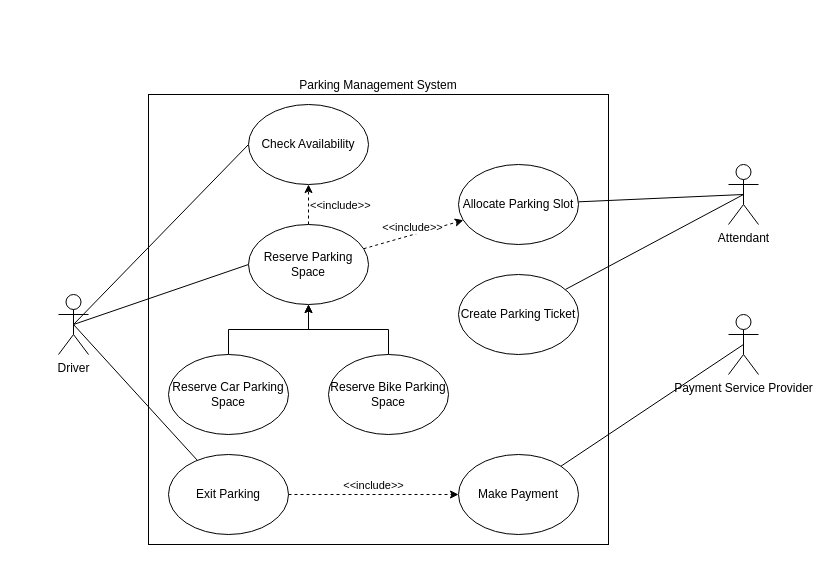
Anshuman1303/UML keeps this draw.io diagram as UseCaseDiagram.drawio. Above is the earlier version. Source tidied: cells renumbered, new cells numbered last; positions are measured from the earlier drawing's top-left corner, leaving out a move shared by most shapes. Both pictures are drawn from the tidied source at 100%, with x=0, y=0 at pixel (58, 94).
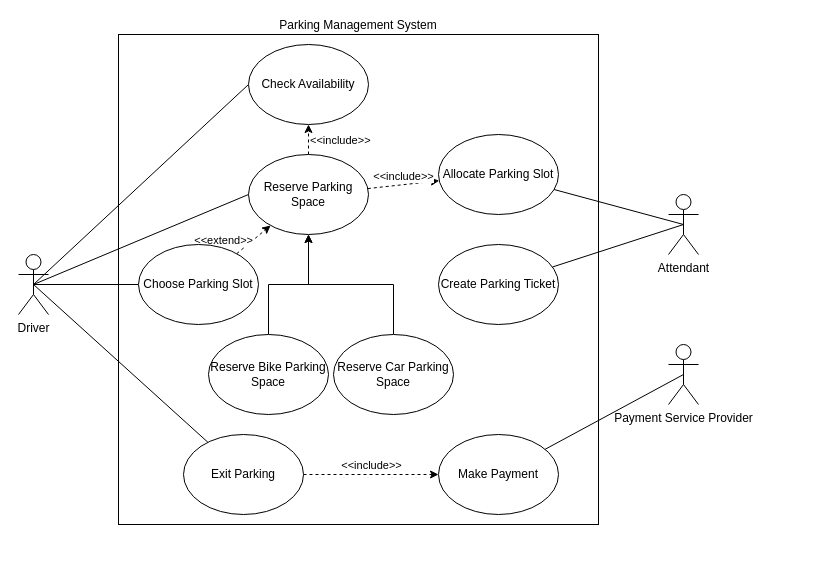
After the change.

The edit, as a diff of the source:
```diff
@@
+    <mxCell id="28" style="rounded=0;jettySize=auto;html=1;exitX=0.5;exitY=0.5;exitDx=0;exitDy=0;exitPerimeter=0;endArrow=none;endFill=0;" parent="1" edge="1" source="5" target="31">
+      <mxGeometry relative="1" as="geometry" />
+    </mxCell>
     <mxCell id="5" value="Driver" style="shape=umlActor;verticalLabelPosition=bottom;verticalAlign=top;html=1;outlineConnect=0;portConstraintRotation=0;snapToPoint=0;" parent="1" vertex="1">
-      <mxGeometry y="200" width="30" height="60" as="geometry" />
+      <mxGeometry x="-40" y="160" width="30" height="60" as="geometry" />
     </mxCell>
     <mxCell id="6" value="Check Availability" style="ellipse;whiteSpace=wrap;html=1;" parent="1" vertex="1">
-      <mxGeometry x="190" y="10" width="120" height="80" as="geometry" />
+      <mxGeometry x="190" y="-50" width="120" height="80" as="geometry" />
     </mxCell>
@@
     <mxCell id="11" value="Reserve Parking Space" style="ellipse;whiteSpace=wrap;html=1;" parent="1" vertex="1">
-      <mxGeometry x="190" y="130" width="120" height="80" as="geometry" />
+      <mxGeometry x="190" y="60" width="120" height="80" as="geometry" />
     </mxCell>
@@
     <mxCell id="13" value="Reserve Car Parking Space" style="ellipse;whiteSpace=wrap;html=1;" parent="1" vertex="1">
-      <mxGeometry x="110" y="260" width="120" height="80" as="geometry" />
+      <mxGeometry x="275" y="240" width="120" height="80" as="geometry" />
     </mxCell>
@@
     <mxCell id="15" value="Reserve Bike Parking Space" style="ellipse;whiteSpace=wrap;html=1;" parent="1" vertex="1">
-      <mxGeometry x="270" y="260" width="120" height="80" as="geometry" />
+      <mxGeometry x="150" y="240" width="120" height="80" as="geometry" />
     </mxCell>
     <mxCell id="16" value="Allocate Parking Slot" style="ellipse;whiteSpace=wrap;html=1;" parent="1" vertex="1">
-      <mxGeometry x="400" y="70" width="120" height="80" as="geometry" />
+      <mxGeometry x="380" y="40" width="120" height="80" as="geometry" />
     </mxCell>
@@
     <mxCell id="19" value="Attendant" style="shape=umlActor;verticalLabelPosition=bottom;verticalAlign=top;html=1;outlineConnect=0;portConstraintRotation=0;snapToPoint=0;" parent="1" vertex="1">
-      <mxGeometry x="670" y="70" width="30" height="60" as="geometry" />
+      <mxGeometry x="610" y="100" width="30" height="60" as="geometry" />
     </mxCell>
     <mxCell id="20" value="Make Payment" style="ellipse;whiteSpace=wrap;html=1;" parent="1" vertex="1">
-      <mxGeometry x="400" y="360" width="120" height="80" as="geometry" />
+      <mxGeometry x="380" y="340" width="120" height="80" as="geometry" />
     </mxCell>
@@
     <mxCell id="22" value="Payment Service Provider" style="shape=umlActor;verticalLabelPosition=bottom;verticalAlign=top;html=1;outlineConnect=0;portConstraintRotation=0;snapToPoint=0;" parent="1" vertex="1">
-      <mxGeometry x="670" y="220" width="30" height="60" as="geometry" />
+      <mxGeometry x="610" y="250" width="30" height="60" as="geometry" />
     </mxCell>
@@
     <mxCell id="25" value="Exit Parking" style="ellipse;whiteSpace=wrap;html=1;" parent="1" vertex="1">
-      <mxGeometry x="110" y="360" width="120" height="80" as="geometry" />
+      <mxGeometry x="125" y="340" width="120" height="80" as="geometry" />
     </mxCell>
     <mxCell id="26" value="Create Parking Ticket" style="ellipse;whiteSpace=wrap;html=1;" parent="1" vertex="1">
-      <mxGeometry x="400" y="180" width="120" height="80" as="geometry" />
+      <mxGeometry x="380" y="150" width="120" height="80" as="geometry" />
     </mxCell>
-    <mxCell id="27" value="Parking Management System" style="rounded=0;whiteSpace=wrap;html=1;fillColor=none;labelPosition=center;verticalLabelPosition=top;align=center;verticalAlign=bottom;" parent="1" vertex="1">
-      <mxGeometry x="90" width="460" height="450" as="geometry" />
+    <mxCell id="27" value="Parking Management System" style="rounded=0;whiteSpace=wrap;html=1;fillColor=none;labelPosition=center;verticalLabelPosition=top;align=center;verticalAlign=bottom;fillOpacity=0;" parent="1" vertex="1">
+      <mxGeometry x="60" y="-60" width="480" height="490" as="geometry" />
     </mxCell>
+    <mxCell id="29" style="rounded=0;jettySize=auto;html=1;dashed=1;" parent="1" edge="1" source="31" target="11">
+      <mxGeometry relative="1" as="geometry" />
+    </mxCell>
+    <mxCell id="30" value="&amp;lt;&amp;lt;extend&amp;gt;&amp;gt;" style="edgeLabel;html=1;align=right;verticalAlign=middle;labelPosition=left;verticalLabelPosition=middle;" parent="29" vertex="1">
+      <mxGeometry x="0.01" relative="1" as="geometry" />
+    </mxCell>
+    <mxCell id="31" value="Choose Parking Slot" style="ellipse;whiteSpace=wrap;html=1;" parent="1" vertex="1">
+      <mxGeometry x="80" y="150" width="120" height="80" as="geometry" />
+    </mxCell>
```
